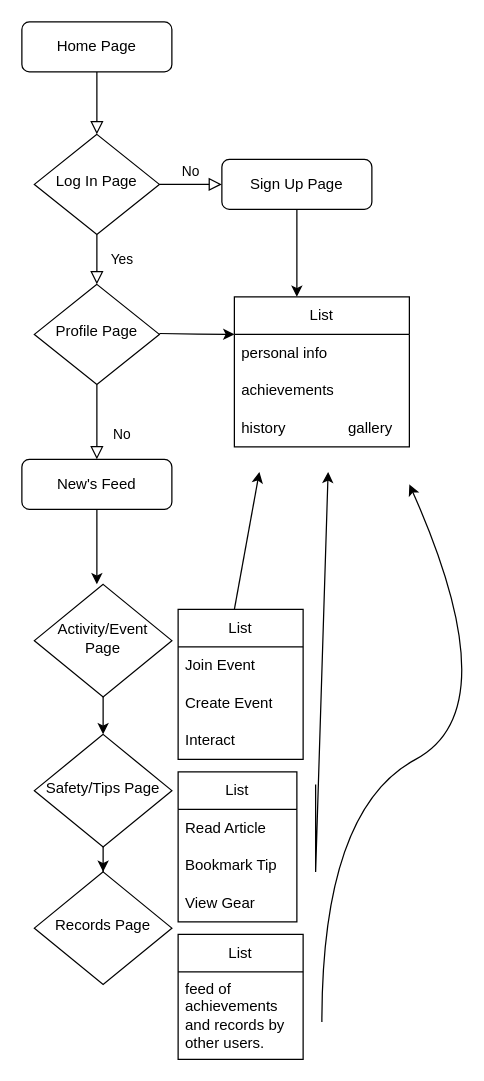
Earlier version of the draw.io diagram Untitled Diagram.drawio (honeybather/ajax-practice). Source tidied: cells renumbered, new cells numbered last; positions are measured from the earlier drawing's top-left corner, leaving out a move shared by most shapes. Both pictures are drawn from the tidied source at 125%, with x=0, y=0 at pixel (21, 21).
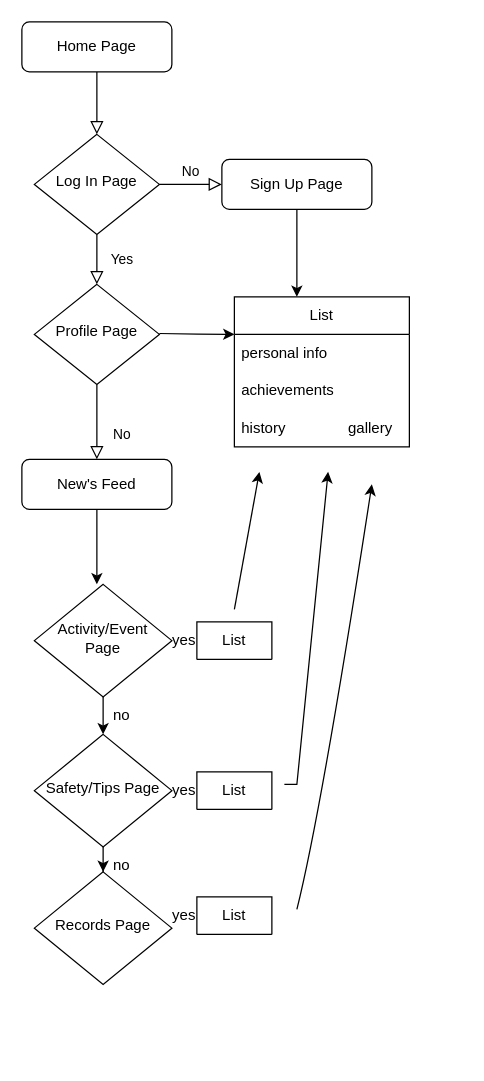
The same page after the edit.

Commit message:
Project Homework 4 - User Flow

The edit, as a diff of the source:
```diff
@@
-    <mxCell id="19" value="List" style="swimlane;fontStyle=0;horizontal=1;startSize=30;whiteSpace=wrap;html=1;" parent="1" vertex="1">
-      <mxGeometry x="125" y="470" width="100" height="120" as="geometry" />
+    <mxCell id="19" value="List" style="swimlane;fontStyle=0;horizontal=1;startSize=30;whiteSpace=wrap;html=1;" parent="1" vertex="1" collapsed="1">
+      <mxGeometry x="140" y="480" width="60" height="30" as="geometry" />
     </mxCell>
-    <mxCell id="20" value="Join Event" style="text;strokeColor=none;fillColor=none;align=left;verticalAlign=middle;spacingLeft=4;spacingRight=4;overflow=hidden;whiteSpace=wrap;html=1;" parent="19" vertex="1">
-      <mxGeometry y="30" width="100" height="30" as="geometry" />
-    </mxCell>
-    <mxCell id="21" value="Create Event" style="text;strokeColor=none;fillColor=none;align=left;verticalAlign=middle;spacingLeft=4;spacingRight=4;overflow=hidden;whiteSpace=wrap;html=1;" parent="19" vertex="1">
-      <mxGeometry y="60" width="100" height="30" as="geometry" />
-    </mxCell>
-    <mxCell id="22" value="Interact" style="text;strokeColor=none;fillColor=none;align=left;verticalAlign=middle;spacingLeft=4;spacingRight=4;overflow=hidden;whiteSpace=wrap;html=1;" parent="19" vertex="1">
-      <mxGeometry y="90" width="100" height="30" as="geometry" />
-    </mxCell>
-    <mxCell id="23" value="List" style="swimlane;fontStyle=0;horizontal=1;startSize=30;whiteSpace=wrap;html=1;" parent="1" vertex="1">
-      <mxGeometry x="125" y="600" width="95" height="120" as="geometry" />
+    <mxCell id="23" value="List" style="swimlane;fontStyle=0;horizontal=1;startSize=30;whiteSpace=wrap;html=1;" parent="1" vertex="1" collapsed="1">
+      <mxGeometry x="140" y="600" width="60" height="30" as="geometry" />
     </mxCell>
-    <mxCell id="24" value="Read Article" style="text;strokeColor=none;fillColor=none;align=left;verticalAlign=middle;spacingLeft=4;spacingRight=4;overflow=hidden;whiteSpace=wrap;html=1;" parent="23" vertex="1">
-      <mxGeometry y="30" width="95" height="30" as="geometry" />
-    </mxCell>
-    <mxCell id="25" value="Bookmark Tip" style="text;strokeColor=none;fillColor=none;align=left;verticalAlign=middle;spacingLeft=4;spacingRight=4;overflow=hidden;whiteSpace=wrap;html=1;" parent="23" vertex="1">
-      <mxGeometry y="60" width="95" height="30" as="geometry" />
-    </mxCell>
-    <mxCell id="26" value="View Gear" style="text;strokeColor=none;fillColor=none;align=left;verticalAlign=middle;spacingLeft=4;spacingRight=4;overflow=hidden;whiteSpace=wrap;html=1;" parent="23" vertex="1">
-      <mxGeometry y="90" width="95" height="30" as="geometry" />
-    </mxCell>
-    <mxCell id="27" value="List" style="swimlane;fontStyle=0;horizontal=1;startSize=30;whiteSpace=wrap;html=1;" parent="1" vertex="1">
-      <mxGeometry x="125" y="730" width="100" height="100" as="geometry" />
+    <mxCell id="27" value="List" style="swimlane;fontStyle=0;horizontal=1;startSize=30;whiteSpace=wrap;html=1;" parent="1" vertex="1" collapsed="1">
+      <mxGeometry x="140" y="700" width="60" height="30" as="geometry" />
     </mxCell>
-    <mxCell id="28" value="feed of achievements and records by other users." style="text;strokeColor=none;fillColor=none;align=left;verticalAlign=middle;spacingLeft=4;spacingRight=4;overflow=hidden;whiteSpace=wrap;html=1;" parent="27" vertex="1">
-      <mxGeometry y="30" width="100" height="70" as="geometry" />
-    </mxCell>
@@
     <mxCell id="34" style="curved=1;endArrow=classic;html=1;rounded=0;" parent="1" edge="1">
       <mxGeometry relative="1" as="geometry">
-        <mxPoint x="240" y="800" as="sourcePoint" />
-        <mxPoint x="310" y="370" as="targetPoint" />
+        <mxPoint x="220" y="710" as="sourcePoint" />
+        <mxPoint x="280" y="370" as="targetPoint" />
         <Array as="points">
           <mxPoint x="240" y="630" />
-          <mxPoint x="390" y="550" />
         </Array>
       </mxGeometry>
     </mxCell>
     <mxCell id="35" style="endArrow=classic;html=1;rounded=0;" parent="1" edge="1">
       <mxGeometry relative="1" as="geometry">
-        <mxPoint x="235" y="610" as="sourcePoint" />
+        <mxPoint x="210" y="610" as="sourcePoint" />
         <mxPoint x="245" y="360" as="targetPoint" />
         <Array as="points">
-          <mxPoint x="235" y="680" />
+          <mxPoint x="220" y="610" />
         </Array>
       </mxGeometry>
     </mxCell>
+    <mxCell id="36" value="yes" style="text;html=1;align=center;verticalAlign=middle;whiteSpace=wrap;rounded=0;" parent="1" vertex="1">
+      <mxGeometry x="100" y="480" width="60" height="30" as="geometry" />
+    </mxCell>
+    <mxCell id="37" value="yes" style="text;html=1;align=center;verticalAlign=middle;whiteSpace=wrap;rounded=0;" parent="1" vertex="1">
+      <mxGeometry x="100" y="600" width="60" height="30" as="geometry" />
+    </mxCell>
+    <mxCell id="38" value="yes" style="text;html=1;align=center;verticalAlign=middle;whiteSpace=wrap;rounded=0;" parent="1" vertex="1">
+      <mxGeometry x="100" y="700" width="60" height="30" as="geometry" />
+    </mxCell>
+    <mxCell id="39" value="no" style="text;html=1;align=center;verticalAlign=middle;whiteSpace=wrap;rounded=0;" parent="1" vertex="1">
+      <mxGeometry x="50" y="540" width="60" height="30" as="geometry" />
+    </mxCell>
+    <mxCell id="40" value="no" style="text;html=1;align=center;verticalAlign=middle;whiteSpace=wrap;rounded=0;" parent="1" vertex="1">
+      <mxGeometry x="50" y="660" width="60" height="30" as="geometry" />
+    </mxCell>
```
